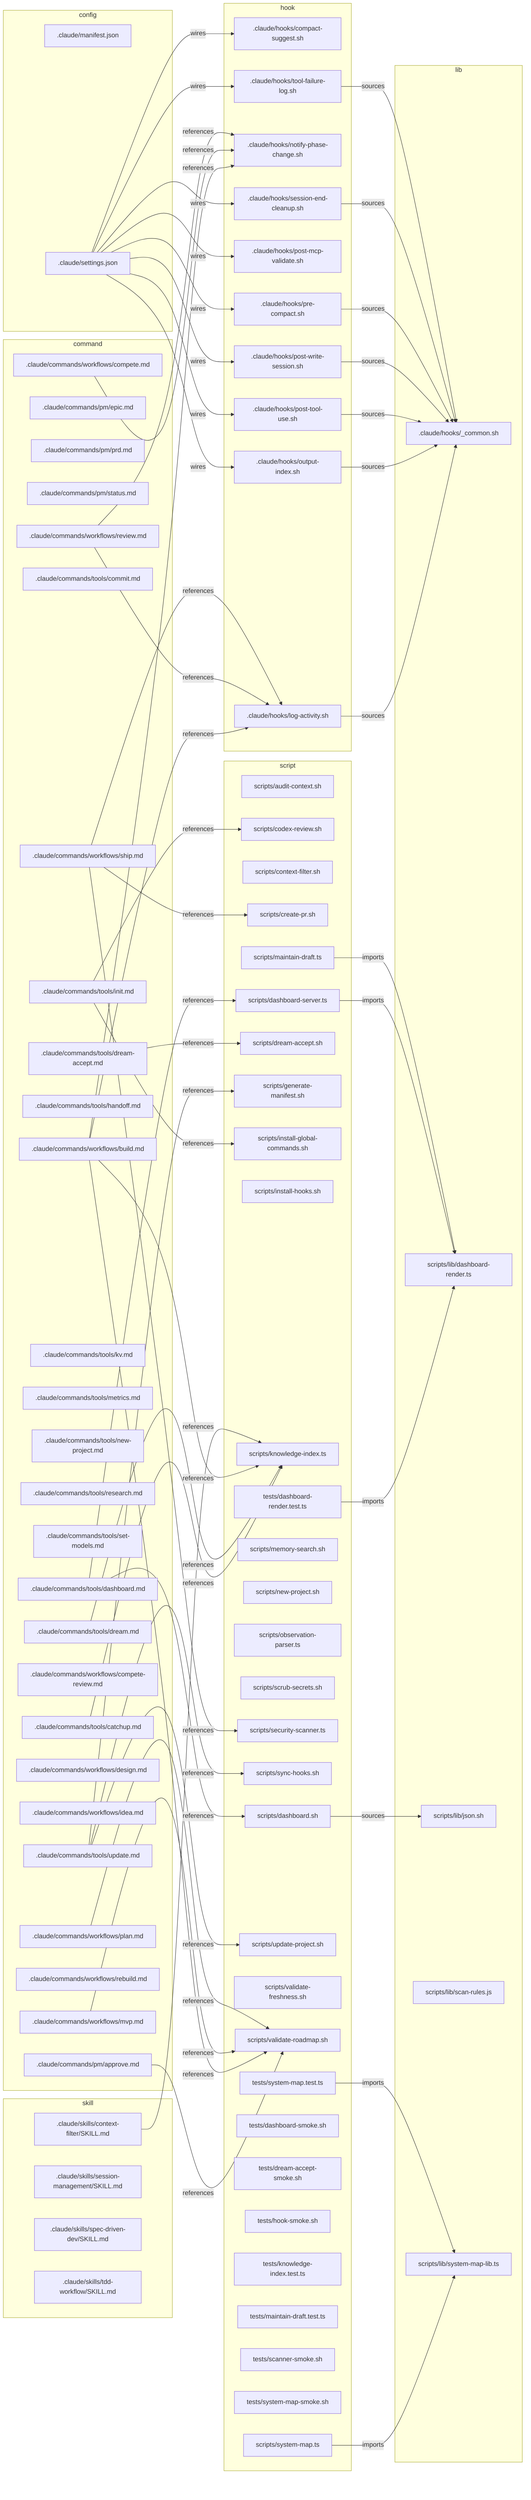
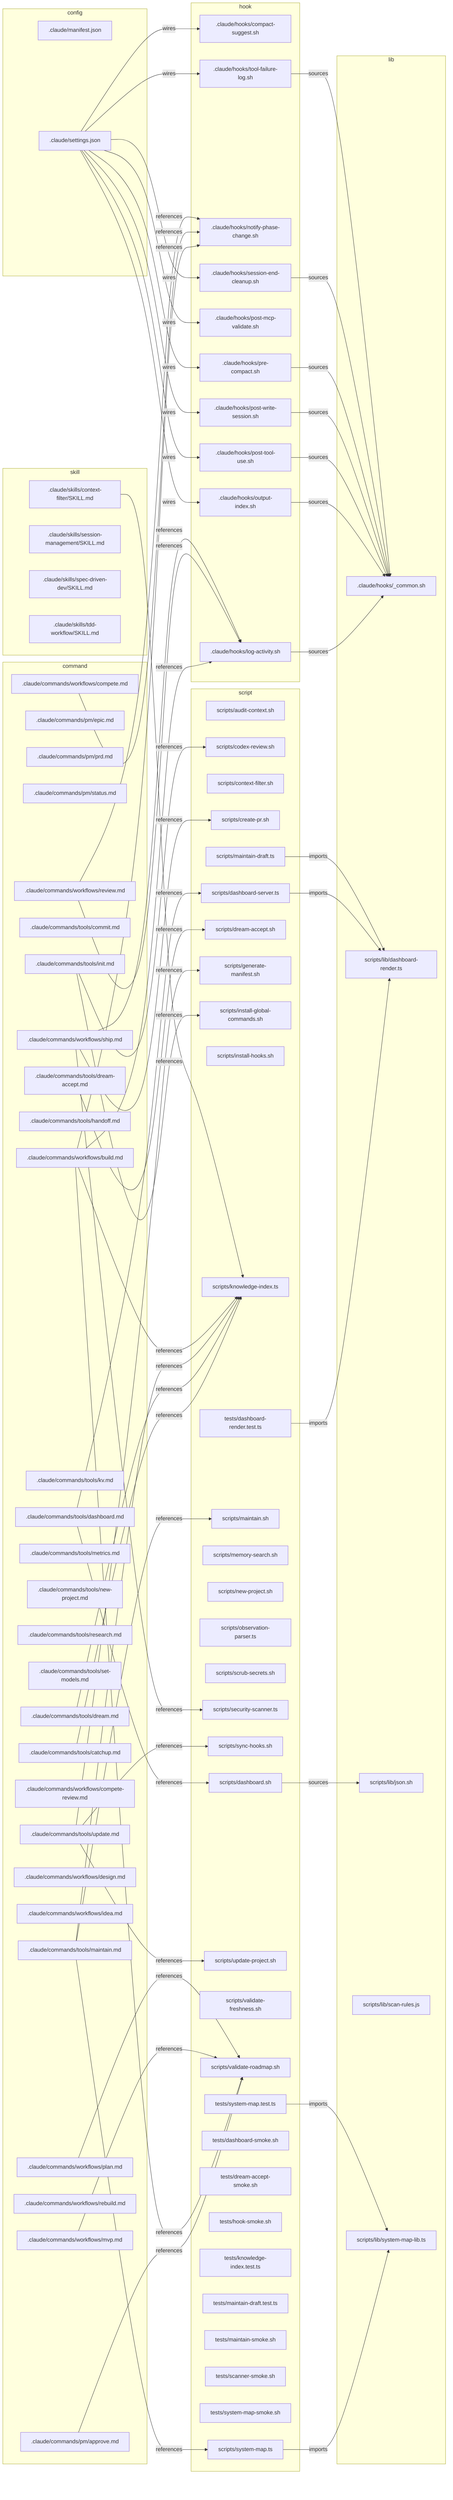
flowchart LR
  subgraph command
    c_pm_approve[".claude/commands/pm/approve.md"]
    c_pm_epic[".claude/commands/pm/epic.md"]
    c_pm_prd[".claude/commands/pm/prd.md"]
    c_pm_status[".claude/commands/pm/status.md"]
    c_tools_catchup[".claude/commands/tools/catchup.md"]
    c_tools_commit[".claude/commands/tools/commit.md"]
    c_tools_dashboard[".claude/commands/tools/dashboard.md"]
    c_tools_dream_accept[".claude/commands/tools/dream-accept.md"]
    c_tools_dream[".claude/commands/tools/dream.md"]
    c_tools_handoff[".claude/commands/tools/handoff.md"]
    c_tools_init[".claude/commands/tools/init.md"]
    c_tools_kv[".claude/commands/tools/kv.md"]
+     c_tools_maintain[".claude/commands/tools/maintain.md"]
    c_tools_metrics[".claude/commands/tools/metrics.md"]
    c_tools_new_project[".claude/commands/tools/new-project.md"]
    c_tools_research[".claude/commands/tools/research.md"]
    c_tools_set_models[".claude/commands/tools/set-models.md"]
    c_tools_update[".claude/commands/tools/update.md"]
    c_workflows_build[".claude/commands/workflows/build.md"]
    c_workflows_compete_review[".claude/commands/workflows/compete-review.md"]
    c_workflows_compete[".claude/commands/workflows/compete.md"]
    c_workflows_design[".claude/commands/workflows/design.md"]
    c_workflows_idea[".claude/commands/workflows/idea.md"]
    c_workflows_mvp[".claude/commands/workflows/mvp.md"]
    c_workflows_plan[".claude/commands/workflows/plan.md"]
    c_workflows_rebuild[".claude/commands/workflows/rebuild.md"]
    c_workflows_review[".claude/commands/workflows/review.md"]
    c_workflows_ship[".claude/commands/workflows/ship.md"]
  end
  subgraph config
    cfg_manifest[".claude/manifest.json"]
    cfg_settings[".claude/settings.json"]
  end
  subgraph hook
    h_compact_suggest[".claude/hooks/compact-suggest.sh"]
    h_log_activity[".claude/hooks/log-activity.sh"]
    h_notify_phase_change[".claude/hooks/notify-phase-change.sh"]
    h_output_index[".claude/hooks/output-index.sh"]
    h_post_mcp_validate[".claude/hooks/post-mcp-validate.sh"]
    h_post_tool_use[".claude/hooks/post-tool-use.sh"]
    h_post_write_session[".claude/hooks/post-write-session.sh"]
    h_pre_compact[".claude/hooks/pre-compact.sh"]
    h_session_end_cleanup[".claude/hooks/session-end-cleanup.sh"]
    h_tool_failure_log[".claude/hooks/tool-failure-log.sh"]
  end
  subgraph lib
    l_common[".claude/hooks/_common.sh"]
    l_dashboard_render["scripts/lib/dashboard-render.ts"]
    l_json["scripts/lib/json.sh"]
    l_scan_rules["scripts/lib/scan-rules.js"]
    l_system_map_lib["scripts/lib/system-map-lib.ts"]
  end
  subgraph script
    s_audit_context["scripts/audit-context.sh"]
    s_codex_review["scripts/codex-review.sh"]
    s_context_filter["scripts/context-filter.sh"]
    s_create_pr["scripts/create-pr.sh"]
    s_dashboard_server["scripts/dashboard-server.ts"]
    s_dashboard["scripts/dashboard.sh"]
    s_dream_accept["scripts/dream-accept.sh"]
    s_generate_manifest["scripts/generate-manifest.sh"]
    s_install_global_commands["scripts/install-global-commands.sh"]
    s_install_hooks["scripts/install-hooks.sh"]
    s_knowledge_index["scripts/knowledge-index.ts"]
    s_maintain_draft["scripts/maintain-draft.ts"]
+     s_maintain["scripts/maintain.sh"]
    s_memory_search["scripts/memory-search.sh"]
    s_new_project["scripts/new-project.sh"]
    s_observation_parser["scripts/observation-parser.ts"]
    s_scrub_secrets["scripts/scrub-secrets.sh"]
    s_security_scanner["scripts/security-scanner.ts"]
    s_sync_hooks["scripts/sync-hooks.sh"]
    s_system_map["scripts/system-map.ts"]
    s_update_project["scripts/update-project.sh"]
    s_validate_freshness["scripts/validate-freshness.sh"]
    s_validate_roadmap["scripts/validate-roadmap.sh"]
    s_dashboard_render_test["tests/dashboard-render.test.ts"]
    s_dashboard_smoke["tests/dashboard-smoke.sh"]
    s_dream_accept_smoke["tests/dream-accept-smoke.sh"]
    s_hook_smoke["tests/hook-smoke.sh"]
    s_knowledge_index_test["tests/knowledge-index.test.ts"]
    s_maintain_draft_test["tests/maintain-draft.test.ts"]
+     s_maintain_smoke["tests/maintain-smoke.sh"]
    s_scanner_smoke["tests/scanner-smoke.sh"]
    s_system_map_smoke["tests/system-map-smoke.sh"]
    s_system_map_test["tests/system-map.test.ts"]
  end
  subgraph skill
    sk_context_filter_skill[".claude/skills/context-filter/SKILL.md"]
    sk_session_management_skill[".claude/skills/session-management/SKILL.md"]
    sk_spec_driven_dev_skill[".claude/skills/spec-driven-dev/SKILL.md"]
    sk_tdd_workflow_skill[".claude/skills/tdd-workflow/SKILL.md"]
  end
  c_pm_approve -->|references| s_validate_roadmap
  c_tools_catchup -->|references| s_knowledge_index
  c_tools_dashboard -->|references| s_dashboard
  c_tools_dashboard -->|references| s_dashboard_server
  c_tools_dream -->|references| s_knowledge_index
  c_tools_dream_accept -->|references| s_dream_accept
  c_tools_init -->|references| s_codex_review
  c_tools_init -->|references| s_install_global_commands
+   c_tools_maintain -->|references| s_knowledge_index
+   c_tools_maintain -->|references| s_maintain
+   c_tools_maintain -->|references| s_system_map
  c_tools_update -->|references| s_generate_manifest
  c_tools_update -->|references| s_sync_hooks
  c_tools_update -->|references| s_update_project
  c_workflows_build -->|references| h_log_activity
  c_workflows_build -->|references| h_notify_phase_change
  c_workflows_build -->|references| s_knowledge_index
  c_workflows_build -->|references| s_validate_roadmap
  c_workflows_compete -->|references| h_notify_phase_change
  c_workflows_mvp -->|references| s_validate_roadmap
  c_workflows_plan -->|references| s_validate_roadmap
  c_workflows_review -->|references| h_log_activity
  c_workflows_review -->|references| h_notify_phase_change
  c_workflows_ship -->|references| h_log_activity
  c_workflows_ship -->|references| s_create_pr
  c_workflows_ship -->|references| s_security_scanner
  cfg_settings -->|wires| h_compact_suggest
  cfg_settings -->|wires| h_output_index
  cfg_settings -->|wires| h_post_mcp_validate
  cfg_settings -->|wires| h_post_tool_use
  cfg_settings -->|wires| h_post_write_session
  cfg_settings -->|wires| h_pre_compact
  cfg_settings -->|wires| h_session_end_cleanup
  cfg_settings -->|wires| h_tool_failure_log
  h_log_activity -->|sources| l_common
  h_output_index -->|sources| l_common
  h_post_tool_use -->|sources| l_common
  h_post_write_session -->|sources| l_common
  h_pre_compact -->|sources| l_common
  h_session_end_cleanup -->|sources| l_common
  h_tool_failure_log -->|sources| l_common
  s_dashboard -->|sources| l_json
  s_dashboard_render_test -->|imports| l_dashboard_render
  s_dashboard_server -->|imports| l_dashboard_render
  s_maintain_draft -->|imports| l_dashboard_render
  s_system_map -->|imports| l_system_map_lib
  s_system_map_test -->|imports| l_system_map_lib
  sk_context_filter_skill -->|references| s_knowledge_index
